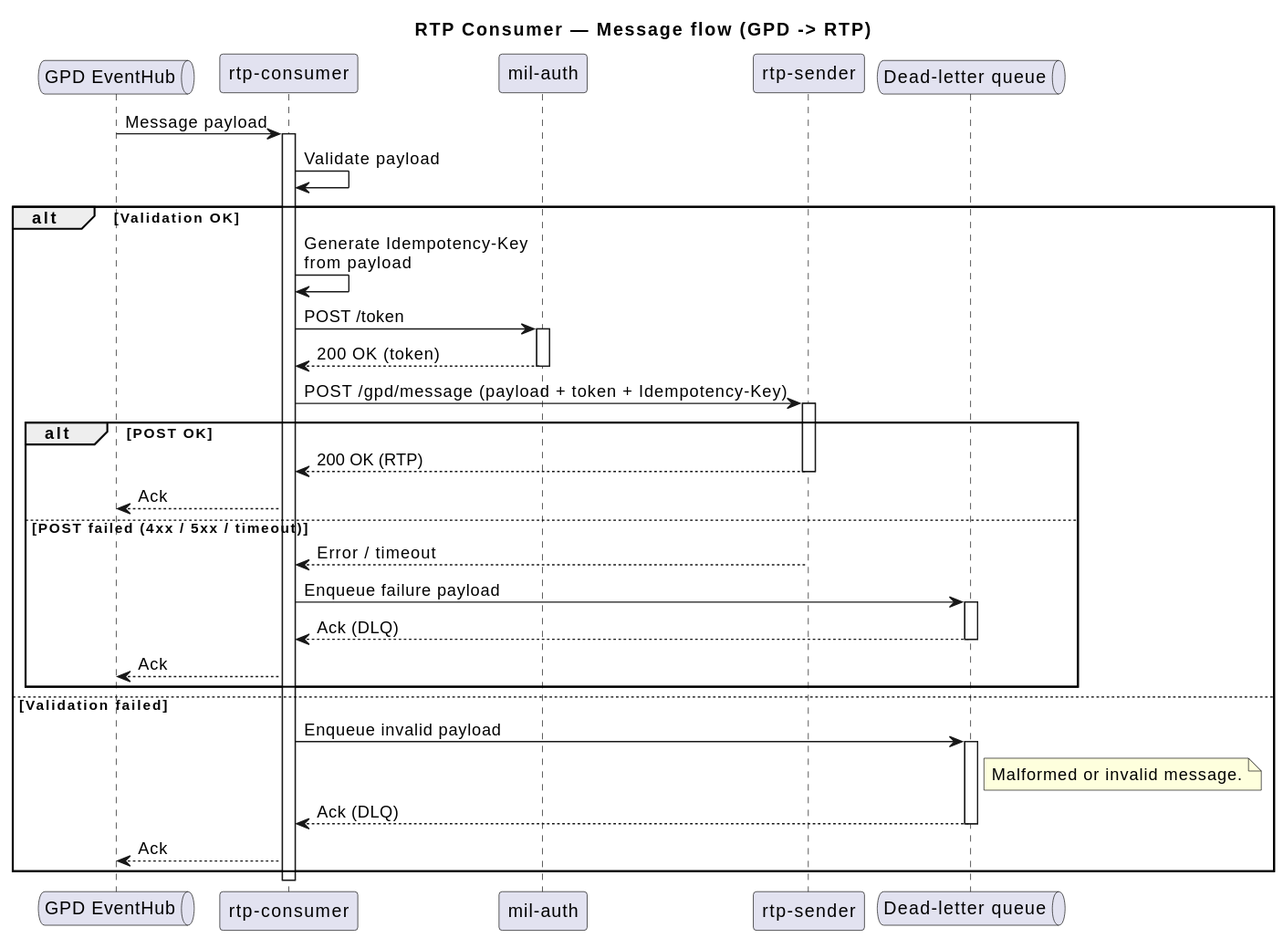
The PlantUML diagram diagrams/rtp-consumer-flow.svg in pagopa/rtp-docs, before a commit.
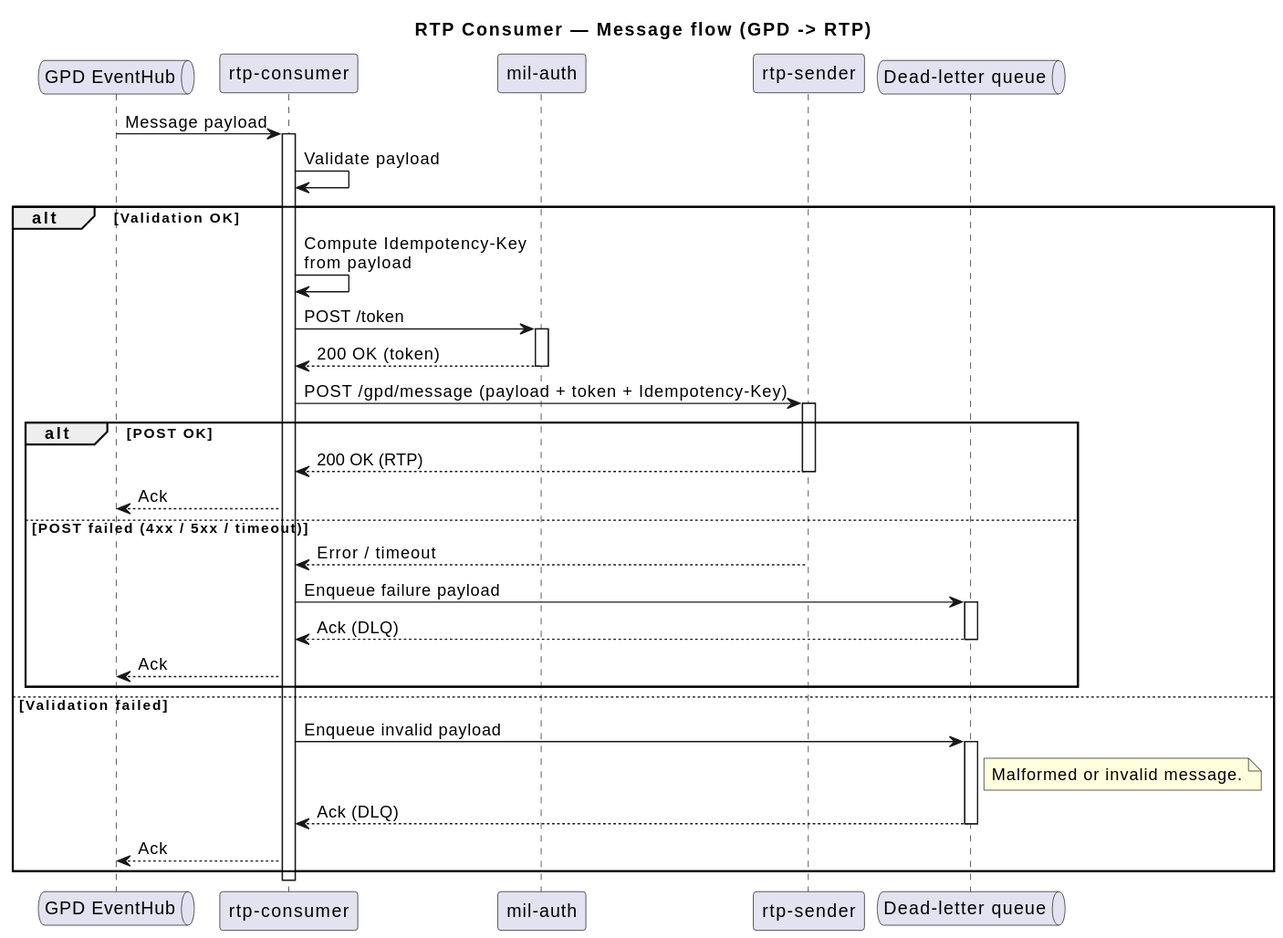
After the change.

Diff of the diagram source:
```diff
@@ -14,7 +14,7 @@
 
 alt Validation OK
 
-  C -> C : Generate Idempotency-Key\nfrom payload
+  C -> C : Compute Idempotency-Key\nfrom payload
 
   C -> MA : POST /token
   activate MA
```
